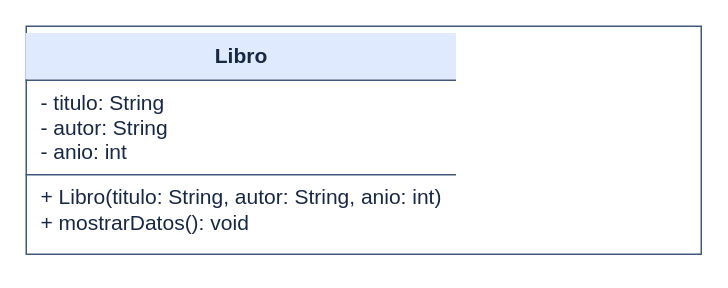
Above: page "2 - Libro" (2 of 8) of UML.drawio in sued2008/Trabajo-Repaso-POO (draw.io), before the change. Source tidied: cells renumbered, new cells numbered last; positions are measured from the earlier drawing's top-left corner, leaving out a move shared by most shapes. Both pictures are drawn from the tidied source at 150%, with x=0, y=0 at pixel (26, 26).
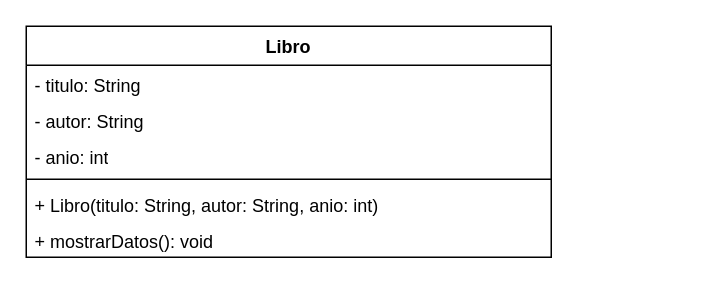
Above is the later version.

What changed in the source:
```diff
@@
 <mxGraphModel>
   <root>
     <mxCell id="0" />
     <mxCell id="1" parent="0" />
-    <mxCell id="2" value="&lt;div style=&quot;text-align:center;font-weight:bold;padding:7px;background:#e0eaff&quot;&gt;Libro&lt;/div&gt;&lt;div style=&quot;border-top:1px solid #42577d;padding:6px 10px;text-align:left&quot;&gt;- titulo: String&lt;br&gt;- autor: String&lt;br&gt;- anio: int&lt;/div&gt;&lt;div style=&quot;border-top:1px solid #42577d;padding:6px 10px;text-align:left&quot;&gt;+ Libro(titulo: String, autor: String, anio: int)&lt;br&gt;+ mostrarDatos(): void&lt;/div&gt;" style="text;html=1;whiteSpace=wrap;strokeColor=#42577d;fillColor=#ffffff;fontColor=#172844;align=left;verticalAlign=top;spacing=0;fontSize=14;" parent="1" vertex="1">
-      <mxGeometry width="450" height="152" as="geometry" />
+    <mxCell id="2" value="Libro" style="swimlane;fontStyle=1;align=center;verticalAlign=top;horizontal=1;startSize=26;whiteSpace=wrap;html=1;" parent="1" vertex="1">
+      <mxGeometry width="350" height="154" as="geometry" />
     </mxCell>
+    <mxCell id="3" value="- titulo: String" style="text;strokeColor=none;fillColor=none;align=left;verticalAlign=top;spacingLeft=4;spacingRight=4;overflow=hidden;whiteSpace=wrap;html=1;" parent="2" vertex="1">
+      <mxGeometry y="26" width="350" height="24" as="geometry" />
+    </mxCell>
+    <mxCell id="4" value="- autor: String" style="text;strokeColor=none;fillColor=none;align=left;verticalAlign=top;spacingLeft=4;spacingRight=4;overflow=hidden;whiteSpace=wrap;html=1;" parent="2" vertex="1">
+      <mxGeometry y="50" width="350" height="24" as="geometry" />
+    </mxCell>
+    <mxCell id="5" value="- anio: int" style="text;strokeColor=none;fillColor=none;align=left;verticalAlign=top;spacingLeft=4;spacingRight=4;overflow=hidden;whiteSpace=wrap;html=1;" parent="2" vertex="1">
+      <mxGeometry y="74" width="350" height="24" as="geometry" />
+    </mxCell>
+    <mxCell id="6" style="line;strokeWidth=1;fillColor=none;align=left;verticalAlign=middle;spacingTop=-1;spacingLeft=3;spacingRight=3;labelPosition=right;strokeColor=inherit;labelPerimeter=1;" parent="2" vertex="1">
+      <mxGeometry y="98" width="350" height="8" as="geometry" />
+    </mxCell>
+    <mxCell id="7" value="+ Libro(titulo: String, autor: String, anio: int)" style="text;strokeColor=none;fillColor=none;align=left;verticalAlign=top;spacingLeft=4;spacingRight=4;overflow=hidden;whiteSpace=wrap;html=1;" parent="2" vertex="1">
+      <mxGeometry y="106" width="350" height="24" as="geometry" />
+    </mxCell>
+    <mxCell id="8" value="+ mostrarDatos(): void" style="text;strokeColor=none;fillColor=none;align=left;verticalAlign=top;spacingLeft=4;spacingRight=4;overflow=hidden;whiteSpace=wrap;html=1;" parent="2" vertex="1">
+      <mxGeometry y="130" width="350" height="24" as="geometry" />
+    </mxCell>
   </root>
 </mxGraphModel>
```
